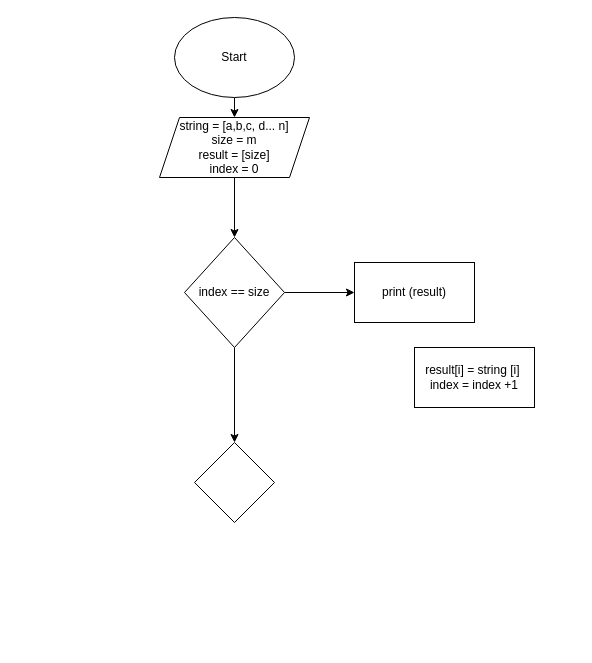
Earlier version of the draw.io diagram algoritm.drawio (Shinkovatel/Controll). Source tidied: cells renumbered, new cells numbered last; positions are measured from the earlier drawing's top-left corner, leaving out a move shared by most shapes. Both pictures are drawn from the tidied source at 100%, with x=0, y=0 at pixel (159, 17).
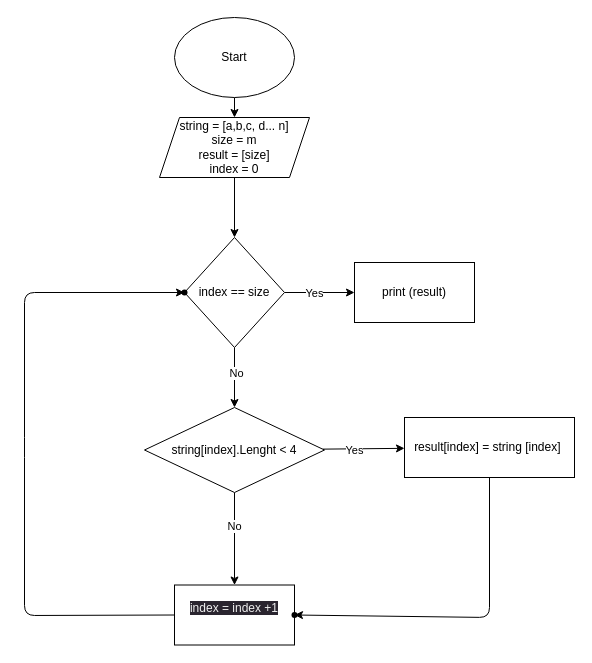
Above is the later version.

Commit message (it also covers changes not shown here):
Добавили описание

Unchanged cells that the change refers to:
```xml
<mxCell id="6" style="edgeStyle=none;html=1;" parent="1" edge="1" source="8" target="10">
  <mxGeometry relative="1" as="geometry" />
</mxCell>
<mxCell id="7" style="edgeStyle=none;html=1;" parent="1" edge="1" source="8" target="11">
  <mxGeometry relative="1" as="geometry" />
</mxCell>
```

The edit, as a diff of the source:
```diff
@@
+    <mxCell id="12" value="Yes" style="edgeLabel;html=1;align=center;verticalAlign=middle;" parent="6" vertex="1">
+      <mxGeometry x="-0.16" relative="1" as="geometry" />
+    </mxCell>
@@
+    <mxCell id="13" value="No" style="edgeLabel;html=1;align=center;verticalAlign=middle;" parent="7" vertex="1">
+      <mxGeometry x="-0.17" y="1" relative="1" as="geometry" />
+    </mxCell>
@@
+    <mxCell id="14" style="edgeStyle=none;html=1;" parent="1" edge="1" source="9" target="21">
+      <mxGeometry relative="1" as="geometry">
+        <Array as="points">
+          <mxPoint x="330" y="600" />
+        </Array>
+      </mxGeometry>
+    </mxCell>
-    <mxCell id="9" value="result[i] = string [i]&amp;nbsp;&lt;br&gt;index = index +1" style="whiteSpace=wrap;html=1;" parent="1" vertex="1">
-      <mxGeometry x="255" y="330" width="120" height="60" as="geometry" />
+    <mxCell id="9" value="result[index] = string [index]&amp;nbsp;" style="whiteSpace=wrap;html=1;" parent="1" vertex="1">
+      <mxGeometry x="245" y="400" width="170" height="60" as="geometry" />
     </mxCell>
@@
+    <mxCell id="15" style="edgeStyle=none;html=1;" parent="1" edge="1" source="11" target="9">
+      <mxGeometry relative="1" as="geometry" />
+    </mxCell>
+    <mxCell id="16" value="Yes" style="edgeLabel;html=1;align=center;verticalAlign=middle;" parent="15" vertex="1">
+      <mxGeometry x="-0.25" y="-1" relative="1" as="geometry" />
+    </mxCell>
+    <mxCell id="17" style="edgeStyle=none;html=1;" parent="1" edge="1" source="11" target="20">
+      <mxGeometry relative="1" as="geometry" />
+    </mxCell>
+    <mxCell id="18" value="No" style="edgeLabel;html=1;align=center;verticalAlign=middle;" parent="17" vertex="1">
+      <mxGeometry x="-0.29" y="-1" relative="1" as="geometry" />
+    </mxCell>
-    <mxCell id="11" style="rhombus;whiteSpace=wrap;html=1;" parent="1" vertex="1">
-      <mxGeometry x="35" y="425" width="80" height="80" as="geometry" />
+    <mxCell id="11" value="string[index].Lenght &amp;lt; 4" style="rhombus;whiteSpace=wrap;html=1;" parent="1" vertex="1">
+      <mxGeometry x="-15" y="390" width="180" height="85" as="geometry" />
     </mxCell>
+    <mxCell id="19" style="edgeStyle=none;html=1;exitX=0;exitY=0.5;exitDx=0;exitDy=0;" parent="1" edge="1" source="20" target="22">
+      <mxGeometry relative="1" as="geometry">
+        <Array as="points">
+          <mxPoint x="-135" y="598" />
+          <mxPoint x="-135" y="430" />
+          <mxPoint x="-135" y="275" />
+        </Array>
+      </mxGeometry>
+    </mxCell>
+    <mxCell id="20" value="&#10;&lt;span style=&quot;color: rgb(240, 240, 240); font-family: Helvetica; font-size: 12px; font-style: normal; font-variant-ligatures: normal; font-variant-caps: normal; font-weight: 400; letter-spacing: normal; orphans: 2; text-align: center; text-indent: 0px; text-transform: none; widows: 2; word-spacing: 0px; -webkit-text-stroke-width: 0px; background-color: rgb(42, 37, 47); text-decoration-thickness: initial; text-decoration-style: initial; text-decoration-color: initial; float: none; display: inline !important;&quot;&gt;index = index +1&lt;/span&gt;&#10;&#10;" style="whiteSpace=wrap;html=1;" parent="1" vertex="1">
+      <mxGeometry x="15" y="567.5" width="120" height="60" as="geometry" />
+    </mxCell>
+    <mxCell id="21" style="shape=waypoint;sketch=0;size=6;points=[];fillColor=default;perimeter=centerPerimeter;snapToPoint=1;" parent="1" vertex="1">
+      <mxGeometry x="125" y="587.5" width="20" height="20" as="geometry" />
+    </mxCell>
+    <mxCell id="22" style="shape=waypoint;sketch=0;size=6;points=[];fillColor=default;perimeter=centerPerimeter;snapToPoint=1;" parent="1" vertex="1">
+      <mxGeometry x="15" y="265" width="20" height="20" as="geometry" />
+    </mxCell>
```
